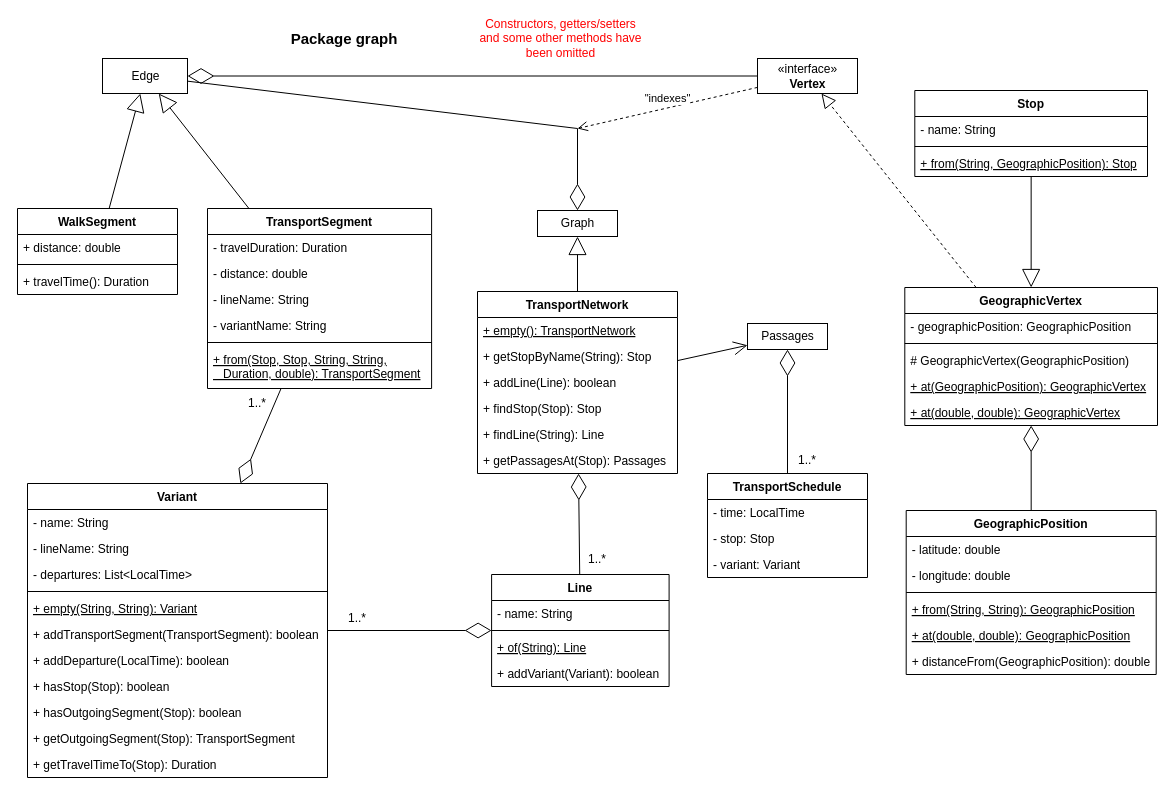
SkyNalix/MoriaMap keeps this draw.io diagram as page "Page-1" (1 of 2) of specification/diagrams/model.drawio. Above is the earlier version. Source tidied: cells renumbered, new cells numbered last; positions are measured from the earlier drawing's top-left corner, leaving out a move shared by most shapes. Both pictures are drawn from the tidied source at 100%, with x=0, y=0 at pixel (17, 18).
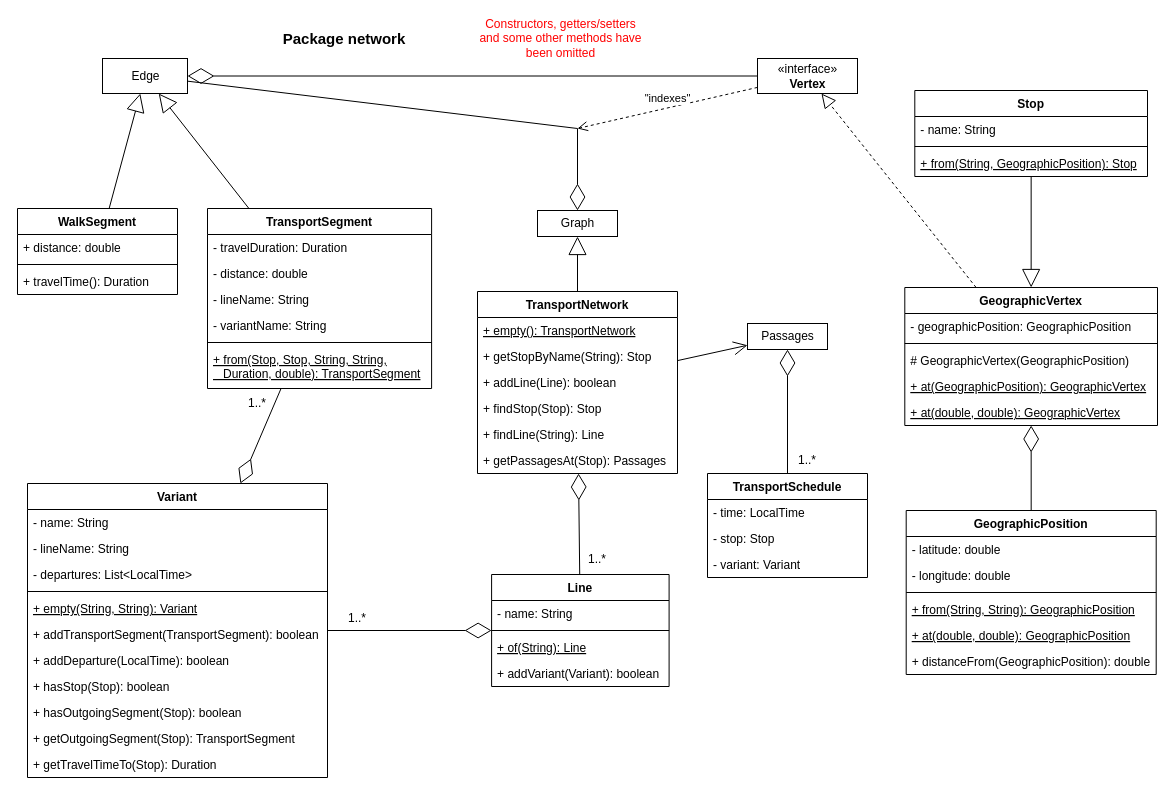
Above is the later version.

Change to the diagram source:
```diff
@@
-    <mxCell id="67" value="&lt;b&gt;&lt;font style=&quot;font-size: 15px;&quot;&gt;Package graph&lt;/font&gt;&lt;/b&gt;" style="text;html=1;strokeColor=none;fillColor=none;align=center;verticalAlign=middle;whiteSpace=wrap;rounded=0;fontColor=#000000;" parent="1" vertex="1">
+    <mxCell id="67" value="&lt;b&gt;&lt;font style=&quot;font-size: 15px;&quot;&gt;Package network&lt;/font&gt;&lt;/b&gt;" style="text;html=1;strokeColor=none;fillColor=none;align=center;verticalAlign=middle;whiteSpace=wrap;rounded=0;fontColor=#000000;" parent="1" vertex="1">
       <mxGeometry x="250" width="153.7" height="40" as="geometry" />
     </mxCell>
```
